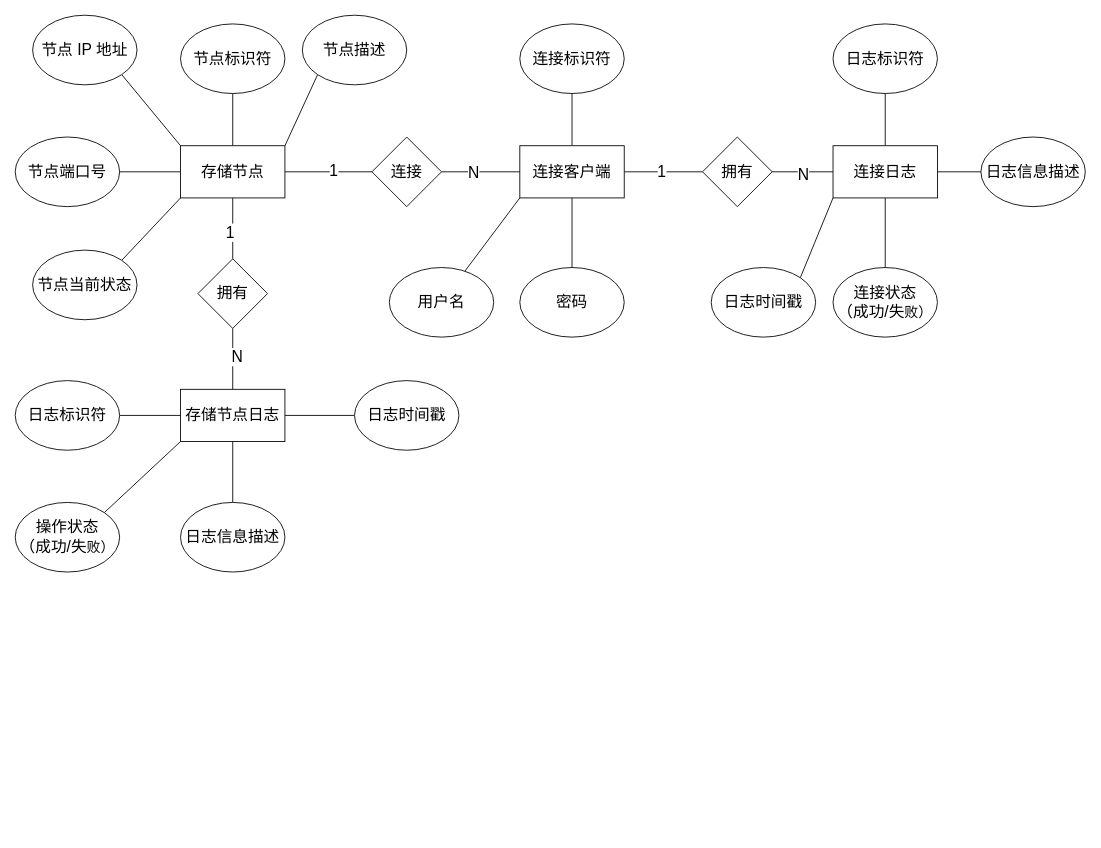
Missnaughty/drawio keeps this draw.io diagram as 图数据存储-ER图.drawio. Above is the earlier version. Source tidied: cells renumbered, new cells numbered last; positions are measured from the earlier drawing's top-left corner, leaving out a move shared by most shapes. Both pictures are drawn from the tidied source at 87%, with x=0, y=0 at pixel (15, 15).
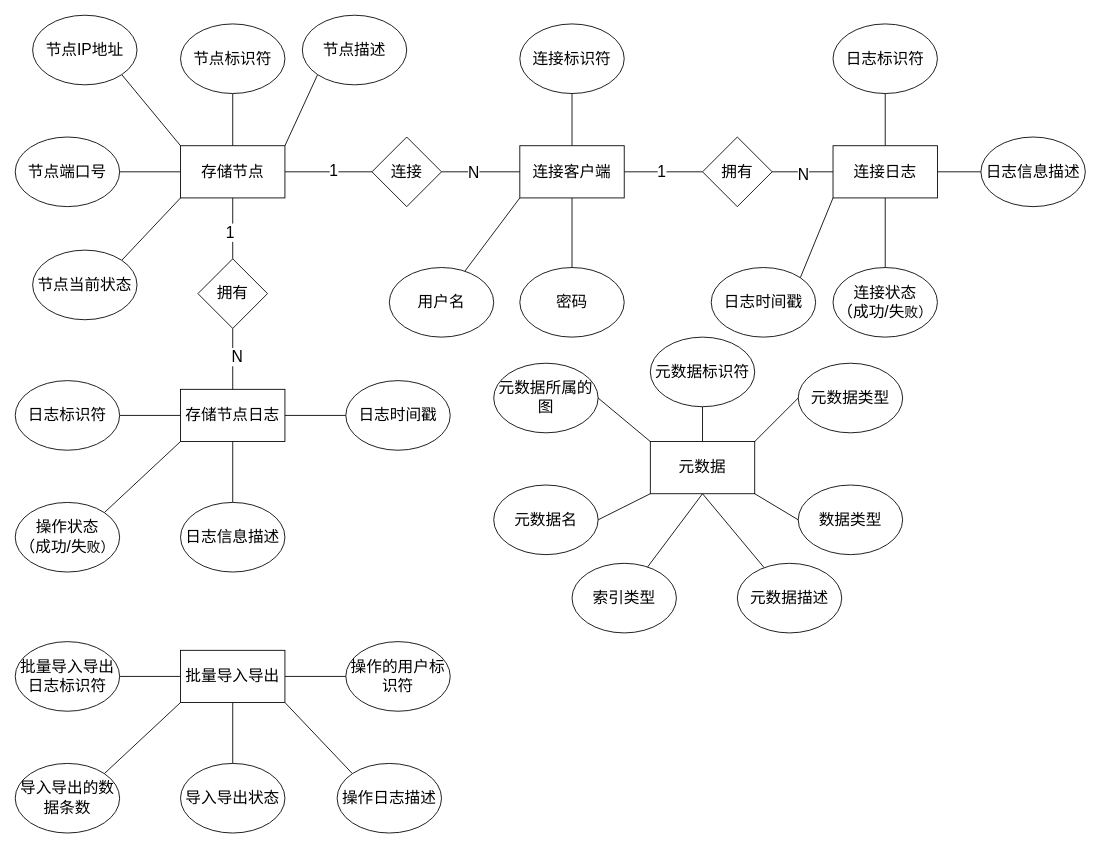
The same diagram, later.

Commit message:
更新图数据存储-ER图.drawio

Change to the diagram source:
```diff
@@
-    <mxCell id="14" value="&lt;font style=&quot;font-size: 18px;&quot;&gt;节点 IP 地址&lt;/font&gt;" style="ellipse;whiteSpace=wrap;html=1;" parent="1" vertex="1">
+    <mxCell id="14" value="&lt;font style=&quot;font-size: 18px;&quot;&gt;节点IP地址&lt;/font&gt;" style="ellipse;whiteSpace=wrap;html=1;" parent="1" vertex="1">
       <mxGeometry x="20" width="120" height="80" as="geometry" />
     </mxCell>
@@
     <mxCell id="48" value="&lt;font style=&quot;font-size: 18px;&quot;&gt;日志时间戳&lt;/font&gt;" style="ellipse;whiteSpace=wrap;html=1;" parent="1" vertex="1">
-      <mxGeometry x="390" y="420" width="120" height="80" as="geometry" />
+      <mxGeometry x="380" y="420" width="120" height="80" as="geometry" />
     </mxCell>
@@
+    <mxCell id="53" style="rounded=0;jettySize=auto;html=1;exitX=0;exitY=1;exitDx=0;exitDy=0;entryX=1;entryY=0.5;entryDx=0;entryDy=0;endArrow=none;endFill=0;" parent="1" edge="1" source="60" target="64">
+      <mxGeometry relative="1" as="geometry" />
+    </mxCell>
+    <mxCell id="54" style="rounded=0;jettySize=auto;html=1;exitX=1;exitY=1;exitDx=0;exitDy=0;entryX=0;entryY=0.5;entryDx=0;entryDy=0;endArrow=none;endFill=0;" parent="1" edge="1" source="60" target="66">
+      <mxGeometry relative="1" as="geometry" />
+    </mxCell>
+    <mxCell id="55" style="edgeStyle=orthogonalEdgeStyle;rounded=0;jettySize=auto;html=1;exitX=0.5;exitY=0;exitDx=0;exitDy=0;entryX=0.5;entryY=1;entryDx=0;entryDy=0;endArrow=none;endFill=0;" parent="1" edge="1" source="60" target="62">
+      <mxGeometry relative="1" as="geometry" />
+    </mxCell>
+    <mxCell id="56" style="rounded=0;jettySize=auto;html=1;exitX=0;exitY=0;exitDx=0;exitDy=0;entryX=1;entryY=0.5;entryDx=0;entryDy=0;endArrow=none;endFill=0;" parent="1" edge="1" source="60" target="61">
+      <mxGeometry relative="1" as="geometry" />
+    </mxCell>
+    <mxCell id="57" style="rounded=0;jettySize=auto;html=1;exitX=1;exitY=0;exitDx=0;exitDy=0;entryX=0;entryY=0.5;entryDx=0;entryDy=0;endArrow=none;endFill=0;" parent="1" edge="1" source="60" target="63">
+      <mxGeometry relative="1" as="geometry" />
+    </mxCell>
+    <mxCell id="58" style="rounded=0;jettySize=auto;html=1;exitX=0.5;exitY=1;exitDx=0;exitDy=0;endArrow=none;endFill=0;" parent="1" edge="1" source="60" target="65">
+      <mxGeometry relative="1" as="geometry" />
+    </mxCell>
+    <mxCell id="59" style="rounded=0;jettySize=auto;html=1;exitX=0.5;exitY=1;exitDx=0;exitDy=0;endArrow=none;endFill=0;" parent="1" edge="1" source="60" target="67">
+      <mxGeometry relative="1" as="geometry" />
+    </mxCell>
+    <mxCell id="60" value="&lt;font style=&quot;font-size: 18px;&quot;&gt;元数据&lt;/font&gt;" style="rounded=0;whiteSpace=wrap;html=1;" parent="1" vertex="1">
+      <mxGeometry x="730" y="490" width="120" height="60" as="geometry" />
+    </mxCell>
+    <mxCell id="61" value="&lt;font style=&quot;font-size: 18px;&quot;&gt;元数据所属的图&lt;/font&gt;" style="ellipse;whiteSpace=wrap;html=1;" parent="1" vertex="1">
+      <mxGeometry x="550" y="400" width="120" height="80" as="geometry" />
+    </mxCell>
+    <mxCell id="62" value="&lt;font style=&quot;font-size: 18px;&quot;&gt;元数据标识符&lt;/font&gt;" style="ellipse;whiteSpace=wrap;html=1;" parent="1" vertex="1">
+      <mxGeometry x="730" y="370" width="120" height="80" as="geometry" />
+    </mxCell>
+    <mxCell id="63" value="&lt;font style=&quot;font-size: 18px;&quot;&gt;元数据类型&lt;/font&gt;" style="ellipse;whiteSpace=wrap;html=1;" parent="1" vertex="1">
+      <mxGeometry x="900" y="400" width="120" height="80" as="geometry" />
+    </mxCell>
+    <mxCell id="64" value="&lt;font style=&quot;font-size: 18px;&quot;&gt;元数据名&lt;/font&gt;" style="ellipse;whiteSpace=wrap;html=1;" parent="1" vertex="1">
+      <mxGeometry x="550" y="540" width="120" height="80" as="geometry" />
+    </mxCell>
+    <mxCell id="65" value="&lt;font style=&quot;font-size: 18px;&quot;&gt;索引类型&lt;/font&gt;" style="ellipse;whiteSpace=wrap;html=1;" parent="1" vertex="1">
+      <mxGeometry x="640" y="630" width="120" height="80" as="geometry" />
+    </mxCell>
+    <mxCell id="66" value="&lt;font style=&quot;font-size: 18px;&quot;&gt;数据类型&lt;/font&gt;" style="ellipse;whiteSpace=wrap;html=1;" parent="1" vertex="1">
+      <mxGeometry x="900" y="540" width="120" height="80" as="geometry" />
+    </mxCell>
+    <mxCell id="67" value="&lt;font style=&quot;font-size: 18px;&quot;&gt;元数据描述&lt;/font&gt;" style="ellipse;whiteSpace=wrap;html=1;" parent="1" vertex="1">
+      <mxGeometry x="830" y="630" width="120" height="80" as="geometry" />
+    </mxCell>
+    <mxCell id="68" style="edgeStyle=orthogonalEdgeStyle;rounded=0;jettySize=auto;html=1;exitX=1;exitY=0.5;exitDx=0;exitDy=0;endArrow=none;endFill=0;" parent="1" edge="1" source="72" target="75">
+      <mxGeometry relative="1" as="geometry" />
+    </mxCell>
+    <mxCell id="69" style="rounded=0;jettySize=auto;html=1;exitX=0;exitY=1;exitDx=0;exitDy=0;entryX=1;entryY=0;entryDx=0;entryDy=0;endArrow=none;endFill=0;" parent="1" edge="1" source="72" target="76">
+      <mxGeometry relative="1" as="geometry" />
+    </mxCell>
+    <mxCell id="70" style="edgeStyle=orthogonalEdgeStyle;rounded=0;jettySize=auto;html=1;exitX=0.5;exitY=1;exitDx=0;exitDy=0;entryX=0.5;entryY=0;entryDx=0;entryDy=0;endArrow=none;endFill=0;" parent="1" edge="1" source="72" target="77">
+      <mxGeometry relative="1" as="geometry" />
+    </mxCell>
+    <mxCell id="71" style="rounded=0;jettySize=auto;html=1;exitX=1;exitY=1;exitDx=0;exitDy=0;entryX=0;entryY=0;entryDx=0;entryDy=0;endArrow=none;endFill=0;" parent="1" edge="1" source="72" target="78">
+      <mxGeometry relative="1" as="geometry" />
+    </mxCell>
+    <mxCell id="72" value="&lt;font style=&quot;font-size: 18px;&quot;&gt;批量导入导出&lt;/font&gt;" style="rounded=0;whiteSpace=wrap;html=1;" parent="1" vertex="1">
+      <mxGeometry x="190" y="730" width="120" height="60" as="geometry" />
+    </mxCell>
+    <mxCell id="73" style="edgeStyle=orthogonalEdgeStyle;rounded=0;jettySize=auto;html=1;exitX=1;exitY=0.5;exitDx=0;exitDy=0;entryX=0;entryY=0.5;entryDx=0;entryDy=0;endArrow=none;endFill=0;" parent="1" edge="1" source="74" target="72">
+      <mxGeometry relative="1" as="geometry" />
+    </mxCell>
+    <mxCell id="74" value="&lt;div&gt;&lt;font style=&quot;font-size: 18px;&quot;&gt;&lt;font style=&quot;&quot;&gt;批量导入导出日志&lt;/font&gt;&lt;span style=&quot;background-color: initial;&quot;&gt;标识符&lt;/span&gt;&lt;/font&gt;&lt;/div&gt;" style="ellipse;whiteSpace=wrap;html=1;" parent="1" vertex="1">
+      <mxGeometry y="720" width="120" height="80" as="geometry" />
+    </mxCell>
+    <mxCell id="75" value="&lt;font style=&quot;font-size: 18px;&quot;&gt;操作的用户标识符&lt;/font&gt;" style="ellipse;whiteSpace=wrap;html=1;" parent="1" vertex="1">
+      <mxGeometry x="380" y="720" width="120" height="80" as="geometry" />
+    </mxCell>
+    <mxCell id="76" value="&lt;div&gt;&lt;span style=&quot;font-size: 18px;&quot;&gt;导入导出的数据条数&lt;/span&gt;&lt;/div&gt;" style="ellipse;whiteSpace=wrap;html=1;" parent="1" vertex="1">
+      <mxGeometry y="860" width="120" height="80" as="geometry" />
+    </mxCell>
+    <mxCell id="77" value="&lt;font style=&quot;font-size: 18px;&quot;&gt;导入导出状态&lt;/font&gt;" style="ellipse;whiteSpace=wrap;html=1;" parent="1" vertex="1">
+      <mxGeometry x="190" y="860" width="120" height="80" as="geometry" />
+    </mxCell>
+    <mxCell id="78" value="&lt;font style=&quot;font-size: 18px;&quot;&gt;操作日志描述&lt;/font&gt;" style="ellipse;whiteSpace=wrap;html=1;" parent="1" vertex="1">
+      <mxGeometry x="370" y="860" width="120" height="80" as="geometry" />
+    </mxCell>
```
